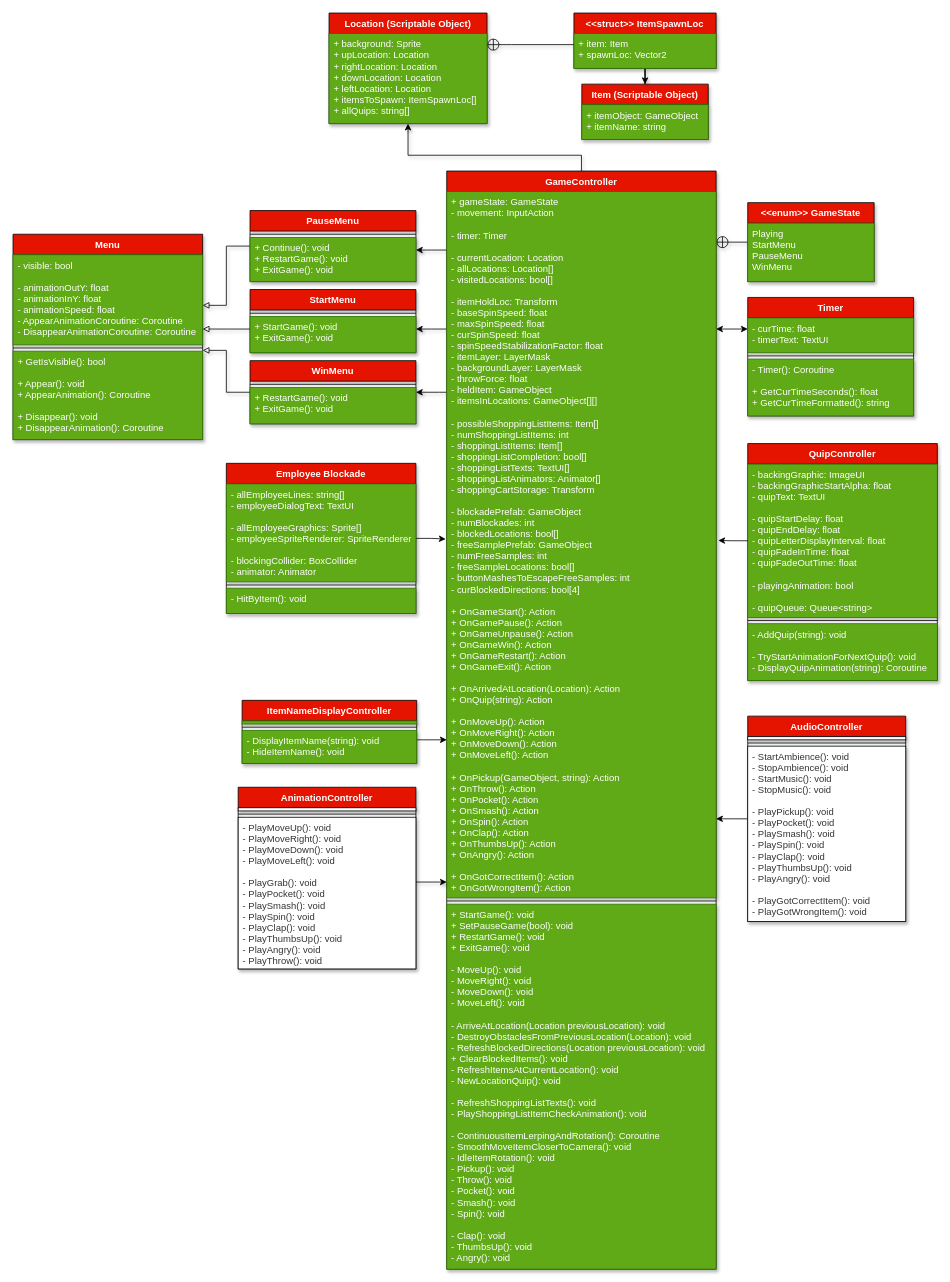
Above: Trapped in Costco/Source/Trapped in Costco UML.drawio in BagelMaster5000/Trapped-In-Costco (draw.io), before the change. Source tidied: cells renumbered, new cells numbered last; positions are measured from the earlier drawing's top-left corner, leaving out a move shared by most shapes. Both pictures are drawn from the tidied source at 79%, with x=0, y=0 at pixel (13, 13).
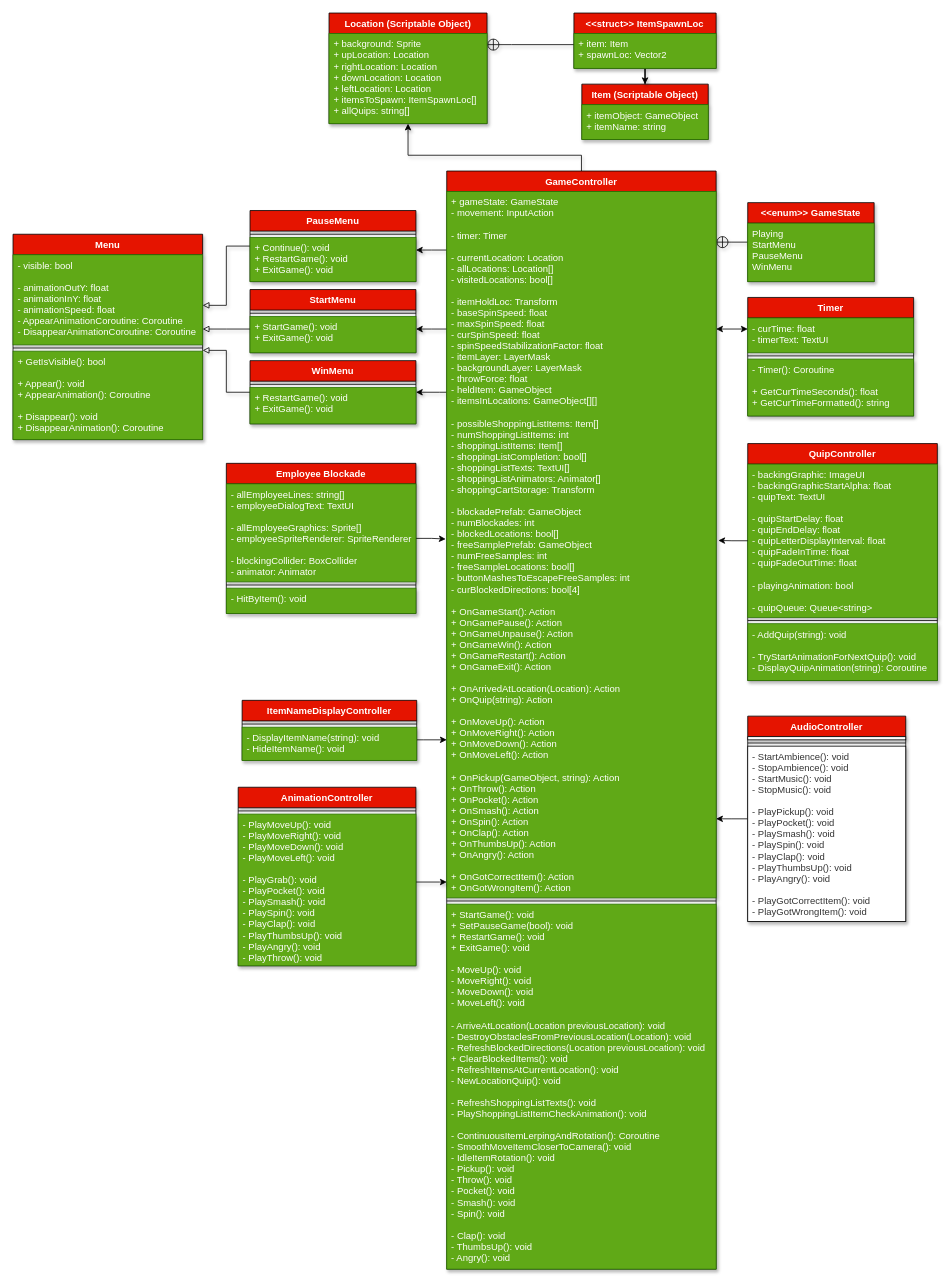
After the change.

Change to the diagram source:
```diff
@@
     <mxCell id="38" value="AnimationController" style="swimlane;fontStyle=1;align=center;verticalAlign=top;horizontal=1;startSize=26;fillColor=#e51400;labelBackgroundColor=none;labelBorderColor=none;shadow=1;fontColor=#ffffff;" parent="1" vertex="1">
-      <mxGeometry x="285" y="980" width="225" height="230" as="geometry" />
+      <mxGeometry x="285" y="980" width="225" height="226" as="geometry" />
     </mxCell>
-    <mxCell id="39" style="text;align=left;verticalAlign=top;spacingLeft=4;spacingRight=4;overflow=hidden;fillColor=#FFFFFF;labelBackgroundColor=none;labelBorderColor=none;fontColor=#333333;shadow=1;strokeColor=#000000;" parent="38" vertex="1">
-      <mxGeometry y="26" width="225" height="4" as="geometry" />
-    </mxCell>
     <mxCell id="40" style="line;strokeWidth=1;align=left;verticalAlign=middle;spacingTop=-1;spacingLeft=3;spacingRight=3;labelPosition=right;fillColor=#FFFFFF;labelBackgroundColor=none;labelBorderColor=none;fontColor=#333333;shadow=1;" parent="38" vertex="1">
-      <mxGeometry y="30" width="225" height="8" as="geometry" />
+      <mxGeometry y="26" width="225" height="8" as="geometry" />
     </mxCell>
-    <mxCell id="41" value="- PlayMoveUp(): void&#10;- PlayMoveRight(): void&#10;- PlayMoveDown(): void&#10;- PlayMoveLeft(): void&#10;&#10;- PlayGrab(): void&#10;- PlayPocket(): void&#10;- PlaySmash(): void&#10;- PlaySpin(): void&#10;- PlayClap(): void&#10;- PlayThumbsUp(): void&#10;- PlayAngry(): void&#10;- PlayThrow(): void" style="text;align=left;verticalAlign=top;spacingLeft=4;spacingRight=4;overflow=hidden;fillColor=#FFFFFF;labelBackgroundColor=none;labelBorderColor=none;fontColor=#333333;shadow=1;strokeColor=#000000;" parent="38" vertex="1">
-      <mxGeometry y="38" width="225" height="192" as="geometry" />
+    <mxCell id="41" value="- PlayMoveUp(): void&#10;- PlayMoveRight(): void&#10;- PlayMoveDown(): void&#10;- PlayMoveLeft(): void&#10;&#10;- PlayGrab(): void&#10;- PlayPocket(): void&#10;- PlaySmash(): void&#10;- PlaySpin(): void&#10;- PlayClap(): void&#10;- PlayThumbsUp(): void&#10;- PlayAngry(): void&#10;- PlayThrow(): void" style="text;align=left;verticalAlign=top;spacingLeft=4;spacingRight=4;overflow=hidden;fillColor=#60a917;labelBackgroundColor=none;labelBorderColor=none;fontColor=#ffffff;shadow=1;strokeColor=#2D7600;" parent="38" vertex="1">
+      <mxGeometry y="34" width="225" height="192" as="geometry" />
     </mxCell>
@@
     <mxCell id="56" value="ItemNameDisplayController" style="swimlane;fontStyle=1;align=center;verticalAlign=top;horizontal=1;startSize=26;fillColor=#e51400;labelBackgroundColor=none;labelBorderColor=none;shadow=1;fontColor=#ffffff;" parent="1" vertex="1">
-      <mxGeometry x="290" y="870" width="221" height="80" as="geometry" />
+      <mxGeometry x="290" y="870" width="221" height="76" as="geometry" />
     </mxCell>
-    <mxCell id="57" style="text;align=left;verticalAlign=top;spacingLeft=4;spacingRight=4;overflow=hidden;fillColor=#60a917;labelBackgroundColor=none;labelBorderColor=none;fontColor=#ffffff;shadow=1;strokeColor=#2D7600;" parent="56" vertex="1">
-      <mxGeometry y="26" width="221" height="4" as="geometry" />
-    </mxCell>
     <mxCell id="58" style="line;strokeWidth=1;align=left;verticalAlign=middle;spacingTop=-1;spacingLeft=3;spacingRight=3;labelPosition=right;fillColor=#FFFFFF;labelBackgroundColor=none;labelBorderColor=none;fontColor=#333333;shadow=1;" parent="56" vertex="1">
-      <mxGeometry y="30" width="221" height="8" as="geometry" />
+      <mxGeometry y="26" width="221" height="8" as="geometry" />
     </mxCell>
     <mxCell id="59" value="- DisplayItemName(string): void&#10;- HideItemName(): void" style="text;align=left;verticalAlign=top;spacingLeft=4;spacingRight=4;overflow=hidden;fillColor=#60a917;labelBackgroundColor=none;labelBorderColor=none;fontColor=#ffffff;shadow=1;strokeColor=#2D7600;" parent="56" vertex="1">
-      <mxGeometry y="38" width="221" height="42" as="geometry" />
+      <mxGeometry y="34" width="221" height="42" as="geometry" />
     </mxCell>
```
